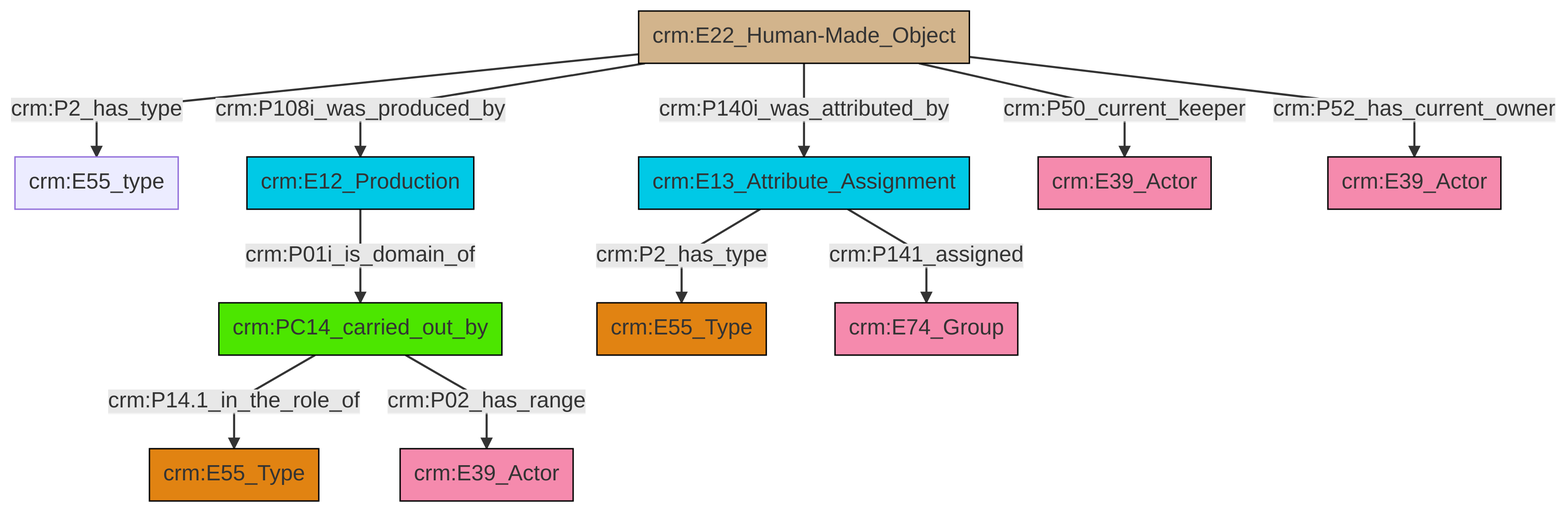
The Mermaid diagram et/artworkCSV/ttl/mmd/png/Artwork_Actor_Relations.png in swiss-art-research-net/docs.swissartresearch, before a commit. Its source is kept beside it as et/artworkCSV/ttl/mmd/Artwork_Actor_Relations.ttl.mmd.
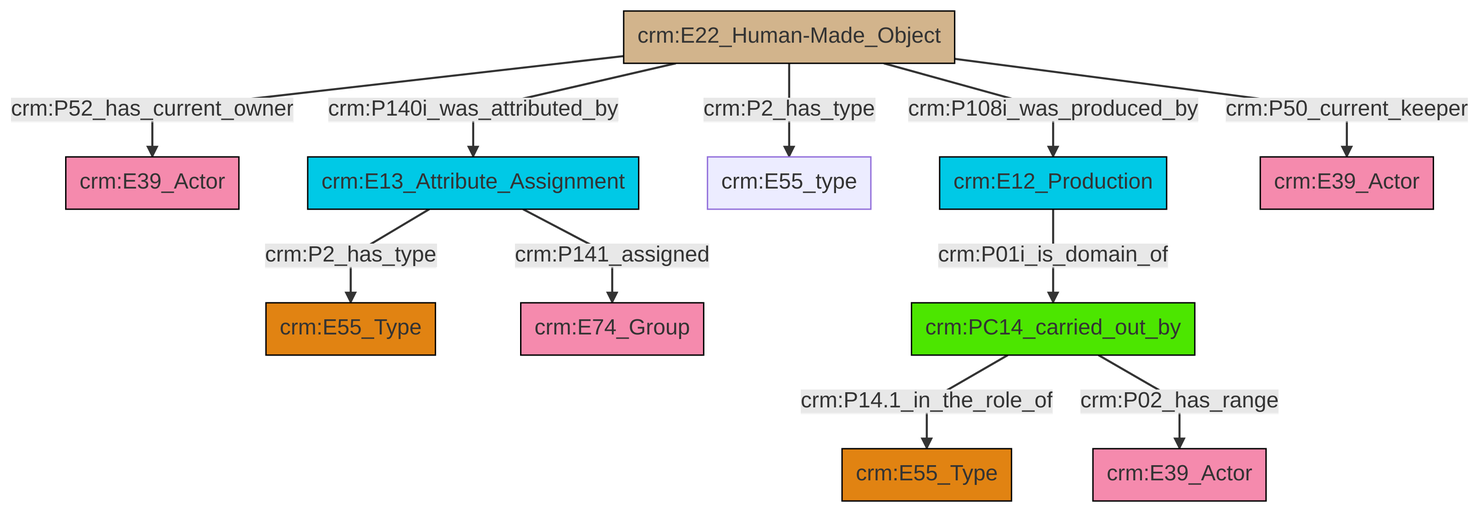
The same file after the commit.

The edit, as a diff of the source:
```diff
@@ -13,13 +13,13 @@
 classDef PC_Classes fill:#4ce600, stroke:#000000;
 classDef Multi fill:#cccccc,stroke:#000000;
 
-0["crm:PC14_carried_out_by"]:::PC_Classes -->|crm:P14.1_in_the_role_of| 1["crm:E55_Type"]:::Type
-4["crm:E22_Human-Made_Object"]:::Physical_Thing -->|crm:P2_has_type| 2["crm:E55_type"]:::Default
-4["crm:E22_Human-Made_Object"]:::Physical_Thing -->|crm:P108i_was_produced_by| 9["crm:E12_Production"]:::Temporal_Entity
-4["crm:E22_Human-Made_Object"]:::Physical_Thing -->|crm:P140i_was_attributed_by| 13["crm:E13_Attribute_Assignment"]:::Temporal_Entity
-13["crm:E13_Attribute_Assignment"]:::Temporal_Entity -->|crm:P2_has_type| 7["crm:E55_Type"]:::Type
-4["crm:E22_Human-Made_Object"]:::Physical_Thing -->|crm:P50_current_keeper| 15["crm:E39_Actor"]:::Actor
-0["crm:PC14_carried_out_by"]:::PC_Classes -->|crm:P02_has_range| 20["crm:E39_Actor"]:::Actor
-13["crm:E13_Attribute_Assignment"]:::Temporal_Entity -->|crm:P141_assigned| 11["crm:E74_Group"]:::Actor
-9["crm:E12_Production"]:::Temporal_Entity -->|crm:P01i_is_domain_of| 0["crm:PC14_carried_out_by"]:::PC_Classes
-4["crm:E22_Human-Made_Object"]:::Physical_Thing -->|crm:P52_has_current_owner| 17["crm:E39_Actor"]:::Actor
+0["crm:E13_Attribute_Assignment"]:::Temporal_Entity -->|crm:P2_has_type| 1["crm:E55_Type"]:::Type
+2["crm:E22_Human-Made_Object"]:::Physical_Thing -->|crm:P52_has_current_owner| 3["crm:E39_Actor"]:::Actor
+4["crm:E12_Production"]:::Temporal_Entity -->|crm:P01i_is_domain_of| 5["crm:PC14_carried_out_by"]:::PC_Classes
+5["crm:PC14_carried_out_by"]:::PC_Classes -->|crm:P14.1_in_the_role_of| 6["crm:E55_Type"]:::Type
+5["crm:PC14_carried_out_by"]:::PC_Classes -->|crm:P02_has_range| 8["crm:E39_Actor"]:::Actor
+2["crm:E22_Human-Made_Object"]:::Physical_Thing -->|crm:P140i_was_attributed_by| 0["crm:E13_Attribute_Assignment"]:::Temporal_Entity
+2["crm:E22_Human-Made_Object"]:::Physical_Thing -->|crm:P2_has_type| 14["crm:E55_type"]:::Default
+0["crm:E13_Attribute_Assignment"]:::Temporal_Entity -->|crm:P141_assigned| 12["crm:E74_Group"]:::Actor
+2["crm:E22_Human-Made_Object"]:::Physical_Thing -->|crm:P108i_was_produced_by| 4["crm:E12_Production"]:::Temporal_Entity
+2["crm:E22_Human-Made_Object"]:::Physical_Thing -->|crm:P50_current_keeper| 19["crm:E39_Actor"]:::Actor
```
